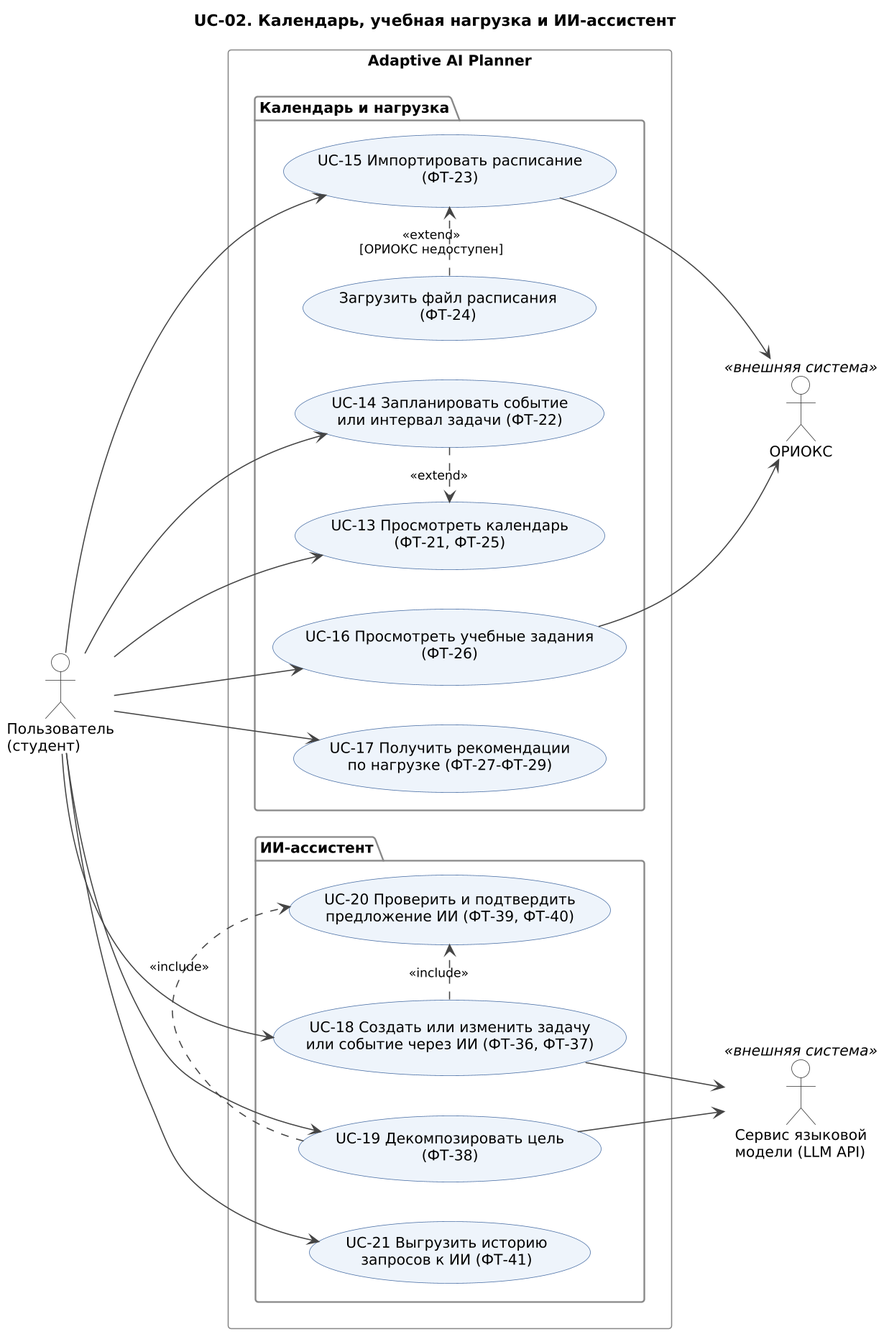
Earlier version of the PlantUML export docs/uml/png/UC-02_kalendar_ii.png (freez044/kpo_project).
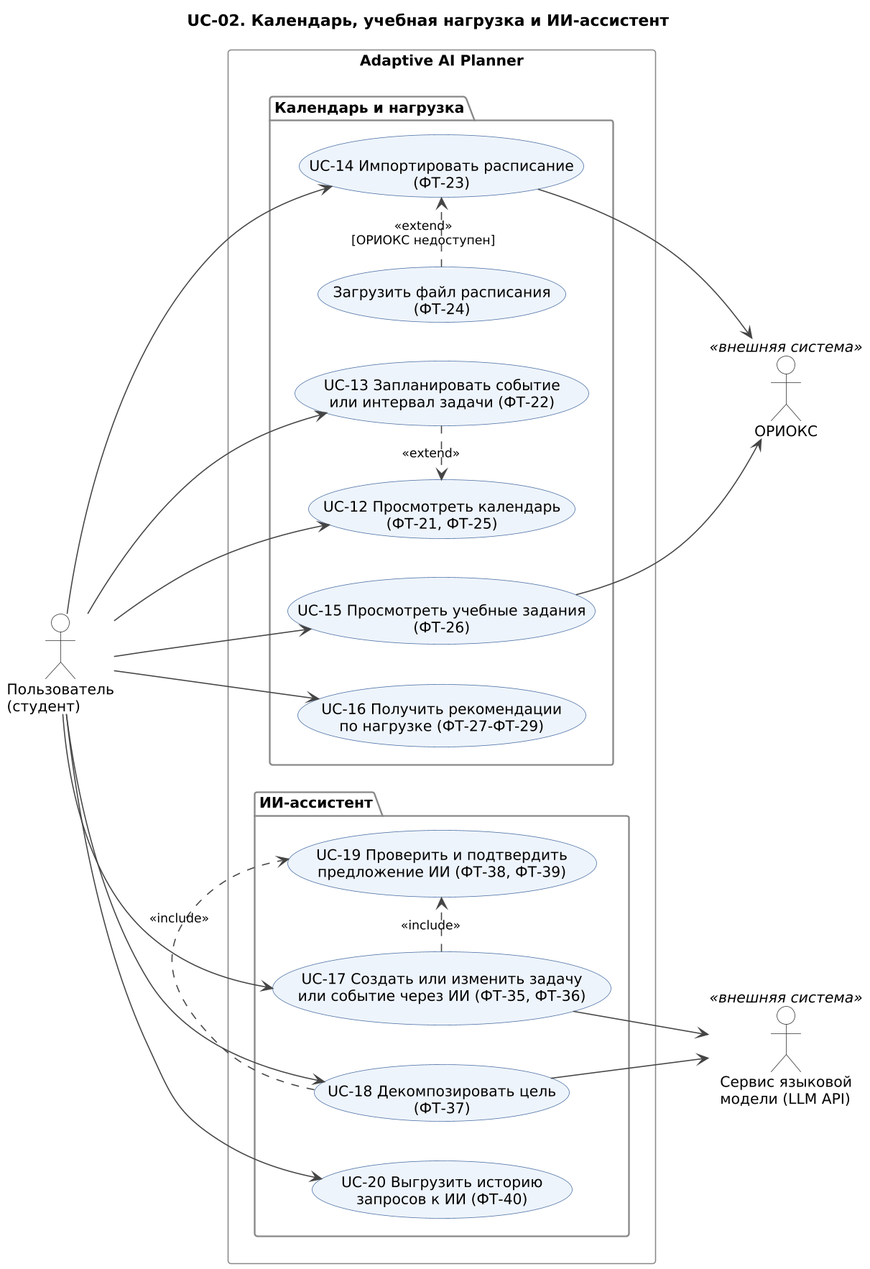
Later version of the same file.

The edit, as a diff of the source:
```diff
@@ -9,18 +9,18 @@
 
 rectangle "Adaptive AI Planner" {
   package "Календарь и нагрузка" {
-    usecase "UC-13 Просмотреть календарь\n(ФТ-21, ФТ-25)" as UC13
-    usecase "UC-14 Запланировать событие\nили интервал задачи (ФТ-22)" as UC14
-    usecase "UC-15 Импортировать расписание\n(ФТ-23)" as UC15
+    usecase "UC-12 Просмотреть календарь\n(ФТ-21, ФТ-25)" as UC13
+    usecase "UC-13 Запланировать событие\nили интервал задачи (ФТ-22)" as UC14
+    usecase "UC-14 Импортировать расписание\n(ФТ-23)" as UC15
     usecase "Загрузить файл расписания\n(ФТ-24)" as UC15F
-    usecase "UC-16 Просмотреть учебные задания\n(ФТ-26)" as UC16
-    usecase "UC-17 Получить рекомендации\nпо нагрузке (ФТ-27-ФТ-29)" as UC17
+    usecase "UC-15 Просмотреть учебные задания\n(ФТ-26)" as UC16
+    usecase "UC-16 Получить рекомендации\nпо нагрузке (ФТ-27-ФТ-29)" as UC17
   }
   package "ИИ-ассистент" {
-    usecase "UC-18 Создать или изменить задачу\nили событие через ИИ (ФТ-36, ФТ-37)" as UC18
-    usecase "UC-19 Декомпозировать цель\n(ФТ-38)" as UC19
-    usecase "UC-20 Проверить и подтвердить\nпредложение ИИ (ФТ-39, ФТ-40)" as UC20
-    usecase "UC-21 Выгрузить историю\nзапросов к ИИ (ФТ-41)" as UC21
+    usecase "UC-17 Создать или изменить задачу\nили событие через ИИ (ФТ-35, ФТ-36)" as UC18
+    usecase "UC-18 Декомпозировать цель\n(ФТ-37)" as UC19
+    usecase "UC-19 Проверить и подтвердить\nпредложение ИИ (ФТ-38, ФТ-39)" as UC20
+    usecase "UC-20 Выгрузить историю\nзапросов к ИИ (ФТ-40)" as UC21
   }
 }
 
```
